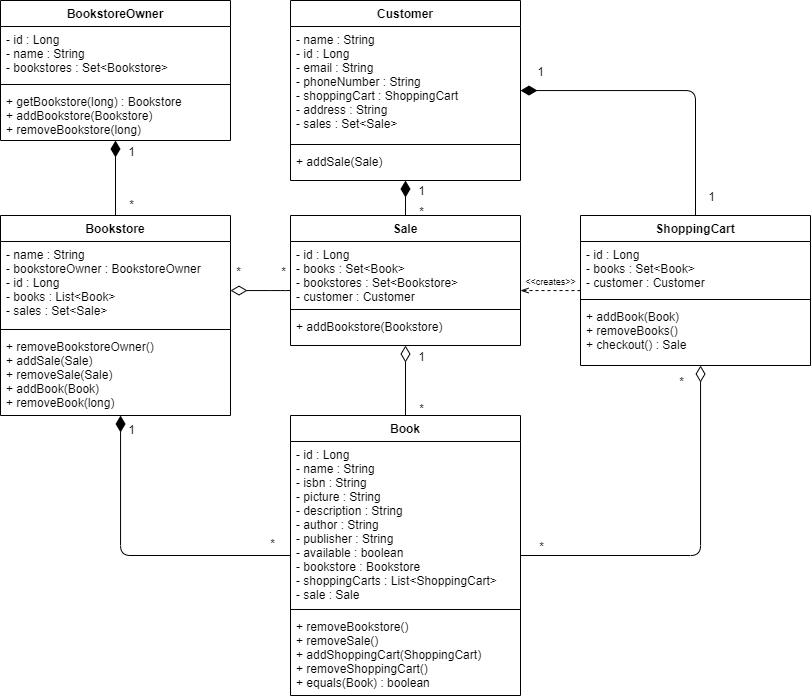
Before: uml/UML_ClassDiagram.png, a diagram exported from draw.io (thomasbryk/4806_Project). Source tidied: cells renumbered, new cells last; positions are measured from the earlier drawing's top-left corner, leaving out a move shared by most shapes. Its diagram source:
```xml
<mxGraphModel background="#ffffff">
  <root>
    <mxCell id="0" />
    <mxCell id="1" parent="0" />
    <mxCell id="2" style="endArrow=none;html=1;endSize=12;startArrow=diamondThin;startSize=14;startFill=1;edgeStyle=orthogonalEdgeStyle;align=left;verticalAlign=bottom;endFill=0;" parent="1" edge="1" source="25" target="29">
      <mxGeometry x="-1" y="3" relative="1" as="geometry" />
    </mxCell>
    <mxCell id="3" value="1" style="text;html=1;align=center;verticalAlign=middle;labelBackgroundColor=#ffffff;" parent="2" vertex="1">
      <mxGeometry x="-0.78" y="-1" relative="1" as="geometry">
        <mxPoint x="16" y="2.1" as="offset" />
      </mxGeometry>
    </mxCell>
    <mxCell id="4" value="*" style="text;html=1;align=center;verticalAlign=middle;labelBackgroundColor=#ffffff;" parent="2" vertex="1">
      <mxGeometry x="0.69" y="-1" relative="1" as="geometry">
        <mxPoint x="16" as="offset" />
      </mxGeometry>
    </mxCell>
    <mxCell id="5" style="endArrow=none;html=1;endSize=12;startArrow=diamondThin;startSize=14;startFill=1;edgeStyle=orthogonalEdgeStyle;align=left;verticalAlign=bottom;endFill=0;" parent="1" edge="1" source="29" target="45">
      <mxGeometry x="-1" y="3" relative="1" as="geometry">
        <Array as="points">
          <mxPoint x="120" y="555" />
        </Array>
      </mxGeometry>
    </mxCell>
    <mxCell id="6" value="1" style="text;html=1;align=center;verticalAlign=middle;labelBackgroundColor=#ffffff;" parent="5" vertex="1">
      <mxGeometry x="-0.91" y="1" relative="1" as="geometry">
        <mxPoint x="9" y="-0.4" as="offset" />
      </mxGeometry>
    </mxCell>
    <mxCell id="7" value="*" style="text;html=1;align=center;verticalAlign=middle;labelBackgroundColor=#ffffff;" parent="5" vertex="1">
      <mxGeometry x="0.92" y="1" relative="1" as="geometry">
        <mxPoint x="-6.7" y="-12" as="offset" />
      </mxGeometry>
    </mxCell>
    <mxCell id="8" style="endArrow=none;html=1;endSize=12;startArrow=diamondThin;startSize=14;startFill=1;edgeStyle=orthogonalEdgeStyle;align=left;verticalAlign=bottom;endFill=0;" parent="1" edge="1" source="33" target="41">
      <mxGeometry x="-0.43" y="15" relative="1" as="geometry" />
    </mxCell>
    <mxCell id="9" value="1" style="text;html=1;align=center;verticalAlign=middle;labelBackgroundColor=#ffffff;" parent="8" vertex="1">
      <mxGeometry x="0.82" y="1" relative="1" as="geometry">
        <mxPoint x="14" y="7.8" as="offset" />
      </mxGeometry>
    </mxCell>
    <mxCell id="10" value="1" style="text;html=1;align=center;verticalAlign=middle;labelBackgroundColor=#ffffff;" parent="8" vertex="1">
      <mxGeometry x="-0.84" y="2" relative="1" as="geometry">
        <mxPoint x="-4.1" y="-18" as="offset" />
      </mxGeometry>
    </mxCell>
    <mxCell id="11" style="endArrow=none;html=1;endSize=12;startArrow=diamondThin;startSize=14;startFill=1;edgeStyle=orthogonalEdgeStyle;align=left;verticalAlign=bottom;endFill=0;" parent="1" edge="1" source="33" target="37">
      <mxGeometry x="-1" y="3" relative="1" as="geometry" />
    </mxCell>
    <mxCell id="12" value="1" style="text;html=1;align=center;verticalAlign=middle;labelBackgroundColor=#ffffff;" parent="11" vertex="1">
      <mxGeometry x="-0.79" relative="1" as="geometry">
        <mxPoint x="15" y="6.3" as="offset" />
      </mxGeometry>
    </mxCell>
    <mxCell id="13" value="*" style="text;html=1;align=center;verticalAlign=middle;labelBackgroundColor=#ffffff;" parent="11" vertex="1">
      <mxGeometry x="0.88" relative="1" as="geometry">
        <mxPoint x="15" y="-3" as="offset" />
      </mxGeometry>
    </mxCell>
    <mxCell id="14" style="endArrow=none;html=1;endSize=12;startArrow=diamondThin;startSize=14;startFill=0;edgeStyle=orthogonalEdgeStyle;align=left;verticalAlign=bottom;endFill=0;" parent="1" edge="1" source="30" target="37">
      <mxGeometry x="-1" y="3" relative="1" as="geometry">
        <Array as="points">
          <mxPoint x="280" y="290" />
          <mxPoint x="280" y="290" />
        </Array>
      </mxGeometry>
    </mxCell>
    <mxCell id="15" value="*" style="text;html=1;align=center;verticalAlign=middle;labelBackgroundColor=#ffffff;" parent="14" vertex="1">
      <mxGeometry x="-0.97" y="-1" relative="1" as="geometry">
        <mxPoint x="5.8" y="-21" as="offset" />
      </mxGeometry>
    </mxCell>
    <mxCell id="16" value="*" style="text;html=1;align=center;verticalAlign=middle;labelBackgroundColor=#ffffff;" parent="14" vertex="1">
      <mxGeometry x="0.96" y="1" relative="1" as="geometry">
        <mxPoint x="-6" y="-19" as="offset" />
      </mxGeometry>
    </mxCell>
    <mxCell id="17" style="endArrow=none;html=1;endSize=12;startArrow=diamondThin;startSize=14;startFill=0;edgeStyle=orthogonalEdgeStyle;align=left;verticalAlign=bottom;endFill=0;" parent="1" edge="1" source="37" target="45">
      <mxGeometry x="-1" y="3" relative="1" as="geometry" />
    </mxCell>
    <mxCell id="18" value="*" style="text;html=1;align=center;verticalAlign=middle;labelBackgroundColor=#ffffff;" parent="17" vertex="1">
      <mxGeometry x="0.97" y="-3" relative="1" as="geometry">
        <mxPoint x="18" y="-7" as="offset" />
      </mxGeometry>
    </mxCell>
    <mxCell id="19" value="1" style="text;html=1;align=center;verticalAlign=middle;labelBackgroundColor=#ffffff;" parent="17" vertex="1">
      <mxGeometry x="-0.97" y="-1" relative="1" as="geometry">
        <mxPoint x="16" y="8.8" as="offset" />
      </mxGeometry>
    </mxCell>
    <mxCell id="20" style="edgeStyle=orthogonalEdgeStyle;rounded=0;jettySize=auto;html=1;endArrow=openThin;endFill=0;dashed=1;" parent="1" edge="1" source="41" target="37">
      <mxGeometry relative="1" as="geometry">
        <Array as="points">
          <mxPoint x="550" y="290" />
          <mxPoint x="550" y="290" />
        </Array>
      </mxGeometry>
    </mxCell>
    <mxCell id="21" value="&amp;lt;&amp;lt;creates&amp;gt;&amp;gt;" style="text;html=1;align=center;verticalAlign=middle;labelBackgroundColor=#ffffff;fontSize=9;" parent="20" vertex="1">
      <mxGeometry x="-0.15" y="1" relative="1" as="geometry">
        <mxPoint x="-4.6" y="-11" as="offset" />
      </mxGeometry>
    </mxCell>
    <mxCell id="22" style="endArrow=none;html=1;endSize=12;startArrow=diamondThin;startSize=14;startFill=0;edgeStyle=orthogonalEdgeStyle;align=left;verticalAlign=bottom;endFill=0;" parent="1" edge="1" source="41" target="45">
      <mxGeometry x="-1" y="3" relative="1" as="geometry">
        <Array as="points">
          <mxPoint x="700" y="555" />
        </Array>
      </mxGeometry>
    </mxCell>
    <mxCell id="23" value="*" style="text;html=1;align=center;verticalAlign=middle;labelBackgroundColor=#ffffff;" parent="22" vertex="1">
      <mxGeometry x="-0.03" y="-325" relative="1" as="geometry">
        <mxPoint x="305" y="-165" as="offset" />
      </mxGeometry>
    </mxCell>
    <mxCell id="24" value="*" style="text;html=1;align=center;verticalAlign=middle;labelBackgroundColor=#ffffff;" parent="22" vertex="1">
      <mxGeometry x="0.9" relative="1" as="geometry">
        <mxPoint x="1" y="-10" as="offset" />
      </mxGeometry>
    </mxCell>
    <mxCell id="25" value="BookstoreOwner" style="swimlane;fontStyle=1;align=center;verticalAlign=top;horizontal=1;startSize=26;" parent="1" vertex="1">
      <mxGeometry width="230" height="140" as="geometry" />
    </mxCell>
    <mxCell id="26" value="- id : Long&#10;- name : String&#10;- bookstores : Set&lt;Bookstore&gt;" style="text;strokeColor=none;fillColor=none;align=left;verticalAlign=top;spacingLeft=4;spacingRight=4;overflow=hidden;" parent="25" vertex="1">
      <mxGeometry y="26" width="230" height="54" as="geometry" />
    </mxCell>
    <mxCell id="27" style="line;strokeWidth=1;fillColor=none;align=left;verticalAlign=middle;spacingTop=-1;spacingLeft=3;spacingRight=3;labelPosition=right;" parent="25" vertex="1">
      <mxGeometry y="80" width="230" height="8" as="geometry" />
    </mxCell>
    <mxCell id="28" value="+ getBookstore(long) : Bookstore&#10;+ addBookstore(Bookstore)&#10;+ removeBookstore(long)" style="text;strokeColor=none;fillColor=none;align=left;verticalAlign=top;spacingLeft=4;spacingRight=4;overflow=hidden;" parent="25" vertex="1">
      <mxGeometry y="88" width="230" height="52" as="geometry" />
    </mxCell>
    <mxCell id="29" value="Bookstore" style="swimlane;fontStyle=1;align=center;verticalAlign=top;horizontal=1;startSize=26;" parent="1" vertex="1">
      <mxGeometry y="215" width="230" height="200" as="geometry" />
    </mxCell>
    <mxCell id="30" value="- name : String&#10;- bookstoreOwner : BookstoreOwner&#10;- id : Long&#10;- books : List&lt;Book&gt;&#10;- sales : Set&lt;Sale&gt;" style="text;strokeColor=none;fillColor=none;align=left;verticalAlign=top;spacingLeft=4;spacingRight=4;overflow=hidden;points=[[0,0.5],[1,0.5]];portConstraint=eastwest;" parent="29" vertex="1">
      <mxGeometry y="26" width="230" height="84" as="geometry" />
    </mxCell>
    <mxCell id="31" style="line;strokeWidth=1;fillColor=none;align=left;verticalAlign=middle;spacingTop=-1;spacingLeft=3;spacingRight=3;labelPosition=right;" parent="29" vertex="1">
      <mxGeometry y="110" width="230" height="8" as="geometry" />
    </mxCell>
    <mxCell id="32" value="+ removeBookstoreOwner()&#10;+ addSale(Sale)&#10;+ removeSale(Sale)&#10;+ addBook(Book)&#10;+ removeBook(long)" style="text;strokeColor=none;fillColor=none;align=left;verticalAlign=top;spacingLeft=4;spacingRight=4;overflow=hidden;" parent="29" vertex="1">
      <mxGeometry y="118" width="230" height="82" as="geometry" />
    </mxCell>
    <mxCell id="33" value="Customer" style="swimlane;fontStyle=1;align=center;verticalAlign=top;horizontal=1;startSize=26;" parent="1" vertex="1">
      <mxGeometry x="290" width="230" height="180" as="geometry" />
    </mxCell>
    <mxCell id="34" value="- name : String&#10;- id : Long&#10;- email : String&#10;- phoneNumber : String&#10;- shoppingCart : ShoppingCart&#10;- address : String&#10;- sales : Set&lt;Sale&gt;" style="text;strokeColor=none;fillColor=none;align=left;verticalAlign=top;spacingLeft=4;spacingRight=4;overflow=hidden;" parent="33" vertex="1">
      <mxGeometry y="26" width="230" height="114" as="geometry" />
    </mxCell>
    <mxCell id="35" style="line;strokeWidth=1;fillColor=none;align=left;verticalAlign=middle;spacingTop=-1;spacingLeft=3;spacingRight=3;labelPosition=right;" parent="33" vertex="1">
      <mxGeometry y="140" width="230" height="8" as="geometry" />
    </mxCell>
    <mxCell id="36" value="+ addSale(Sale)" style="text;strokeColor=none;fillColor=none;align=left;verticalAlign=top;spacingLeft=4;spacingRight=4;overflow=hidden;" parent="33" vertex="1">
      <mxGeometry y="148" width="230" height="32" as="geometry" />
    </mxCell>
    <mxCell id="37" value="Sale" style="swimlane;fontStyle=1;align=center;verticalAlign=top;horizontal=1;startSize=26;" parent="1" vertex="1">
      <mxGeometry x="290" y="215" width="230" height="130" as="geometry" />
    </mxCell>
    <mxCell id="38" value="- id : Long&#10;- books : Set&lt;Book&gt;&#10;- bookstores : Set&lt;Bookstore&gt;&#10;- customer : Customer" style="text;strokeColor=none;fillColor=none;align=left;verticalAlign=top;spacingLeft=4;spacingRight=4;overflow=hidden;" parent="37" vertex="1">
      <mxGeometry y="26" width="230" height="64" as="geometry" />
    </mxCell>
    <mxCell id="39" style="line;strokeWidth=1;fillColor=none;align=left;verticalAlign=middle;spacingTop=-1;spacingLeft=3;spacingRight=3;labelPosition=right;" parent="37" vertex="1">
      <mxGeometry y="90" width="230" height="8" as="geometry" />
    </mxCell>
    <mxCell id="40" value="+ addBookstore(Bookstore)" style="text;strokeColor=none;fillColor=none;align=left;verticalAlign=top;spacingLeft=4;spacingRight=4;overflow=hidden;" parent="37" vertex="1">
      <mxGeometry y="98" width="230" height="32" as="geometry" />
    </mxCell>
    <mxCell id="41" value="ShoppingCart" style="swimlane;fontStyle=1;align=center;verticalAlign=top;horizontal=1;startSize=26;" parent="1" vertex="1">
      <mxGeometry x="580" y="215" width="230" height="150" as="geometry" />
    </mxCell>
    <mxCell id="42" value="- id : Long&#10;- books : Set&lt;Book&gt;&#10;- customer : Customer" style="text;strokeColor=none;fillColor=none;align=left;verticalAlign=top;spacingLeft=4;spacingRight=4;overflow=hidden;" parent="41" vertex="1">
      <mxGeometry y="26" width="230" height="54" as="geometry" />
    </mxCell>
    <mxCell id="43" style="line;strokeWidth=1;fillColor=none;align=left;verticalAlign=middle;spacingTop=-1;spacingLeft=3;spacingRight=3;labelPosition=right;" parent="41" vertex="1">
      <mxGeometry y="80" width="230" height="8" as="geometry" />
    </mxCell>
    <mxCell id="44" value="+ addBook(Book)&#10;+ removeBooks()&#10;+ checkout() : Sale" style="text;strokeColor=none;fillColor=none;align=left;verticalAlign=top;spacingLeft=4;spacingRight=4;overflow=hidden;" parent="41" vertex="1">
      <mxGeometry y="88" width="230" height="62" as="geometry" />
    </mxCell>
    <mxCell id="45" value="Book" style="swimlane;fontStyle=1;align=center;verticalAlign=top;horizontal=1;startSize=26;" parent="1" vertex="1">
      <mxGeometry x="290" y="415" width="230" height="280" as="geometry" />
    </mxCell>
    <mxCell id="46" value="- id : Long&#10;- name : String&#10;- isbn : String&#10;- picture : String&#10;- description : String&#10;- author : String&#10;- publisher : String&#10;- available : boolean&#10;- bookstore : Bookstore&#10;- shoppingCarts : List&lt;ShoppingCart&gt;&#10;- sale : Sale" style="text;strokeColor=none;fillColor=none;align=left;verticalAlign=top;spacingLeft=4;spacingRight=4;overflow=hidden;" parent="45" vertex="1">
      <mxGeometry y="26" width="230" height="164" as="geometry" />
    </mxCell>
    <mxCell id="47" style="line;strokeWidth=1;fillColor=none;align=left;verticalAlign=middle;spacingTop=-1;spacingLeft=3;spacingRight=3;labelPosition=right;" parent="45" vertex="1">
      <mxGeometry y="190" width="230" height="8" as="geometry" />
    </mxCell>
    <mxCell id="48" value="+ removeBookstore()&#10;+ removeSale()&#10;+ addShoppingCart(ShoppingCart)&#10;+ removeShoppingCart()&#10;+ equals(Book) : boolean" style="text;strokeColor=none;fillColor=none;align=left;verticalAlign=top;spacingLeft=4;spacingRight=4;overflow=hidden;" parent="45" vertex="1">
      <mxGeometry y="198" width="230" height="82" as="geometry" />
    </mxCell>
  </root>
</mxGraphModel>
```
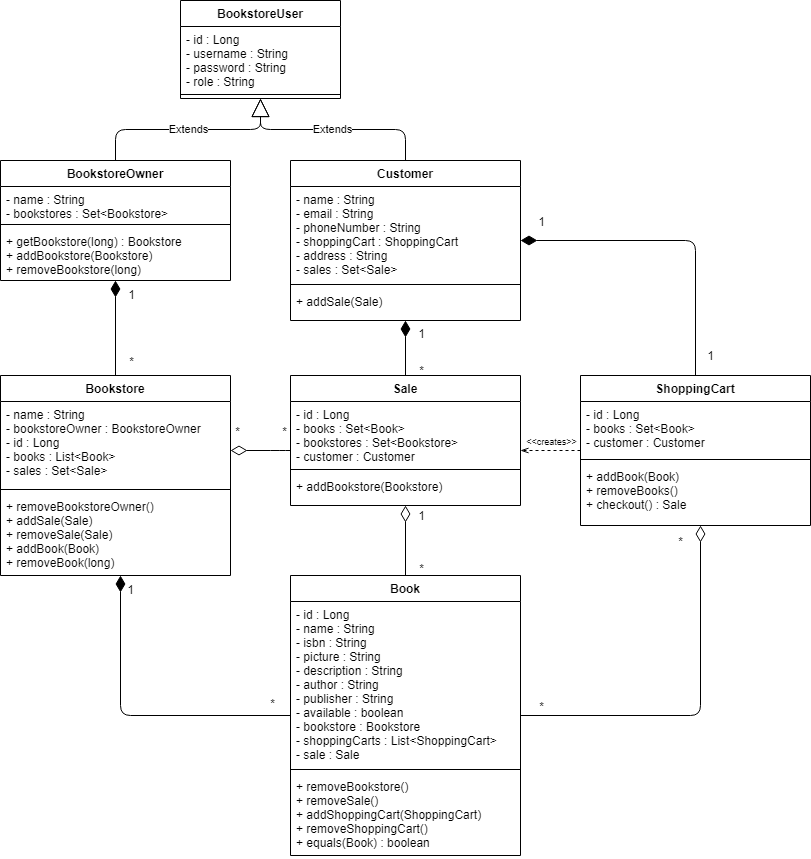
Above is the later version.

Commit message:
Modified class diagram to match new changes from Auth branch

Diff of the diagram source:
```diff
@@ -119,17 +119,23 @@
         <mxPoint x="1" y="-10" as="offset" />
       </mxGeometry>
     </mxCell>
+    <mxCell id="49" value="Extends" style="endArrow=block;endSize=16;endFill=0;html=1;strokeColor=#000000;rounded=1;edgeStyle=orthogonalEdgeStyle;" parent="1" edge="1" source="25" target="51">
+      <mxGeometry relative="1" as="geometry" />
+    </mxCell>
+    <mxCell id="50" value="Extends" style="endArrow=block;endSize=16;endFill=0;html=1;strokeColor=#000000;edgeStyle=orthogonalEdgeStyle;" parent="1" edge="1" source="33" target="51">
+      <mxGeometry relative="1" as="geometry" />
+    </mxCell>
     <mxCell id="25" value="BookstoreOwner" style="swimlane;fontStyle=1;align=center;verticalAlign=top;horizontal=1;startSize=26;" parent="1" vertex="1">
-      <mxGeometry width="230" height="140" as="geometry" />
+      <mxGeometry width="230" height="120" as="geometry" />
     </mxCell>
-    <mxCell id="26" value="- id : Long&#10;- name : String&#10;- bookstores : Set&lt;Bookstore&gt;" style="text;strokeColor=none;fillColor=none;align=left;verticalAlign=top;spacingLeft=4;spacingRight=4;overflow=hidden;" parent="25" vertex="1">
-      <mxGeometry y="26" width="230" height="54" as="geometry" />
+    <mxCell id="26" value="- name : String&#10;- bookstores : Set&lt;Bookstore&gt;" style="text;strokeColor=none;fillColor=none;align=left;verticalAlign=top;spacingLeft=4;spacingRight=4;overflow=hidden;" parent="25" vertex="1">
+      <mxGeometry y="26" width="230" height="34" as="geometry" />
     </mxCell>
     <mxCell id="27" style="line;strokeWidth=1;fillColor=none;align=left;verticalAlign=middle;spacingTop=-1;spacingLeft=3;spacingRight=3;labelPosition=right;" parent="25" vertex="1">
-      <mxGeometry y="80" width="230" height="8" as="geometry" />
+      <mxGeometry y="60" width="230" height="8" as="geometry" />
     </mxCell>
     <mxCell id="28" value="+ getBookstore(long) : Bookstore&#10;+ addBookstore(Bookstore)&#10;+ removeBookstore(long)" style="text;strokeColor=none;fillColor=none;align=left;verticalAlign=top;spacingLeft=4;spacingRight=4;overflow=hidden;" parent="25" vertex="1">
-      <mxGeometry y="88" width="230" height="52" as="geometry" />
+      <mxGeometry y="68" width="230" height="52" as="geometry" />
     </mxCell>
     <mxCell id="29" value="Bookstore" style="swimlane;fontStyle=1;align=center;verticalAlign=top;horizontal=1;startSize=26;" parent="1" vertex="1">
       <mxGeometry y="215" width="230" height="200" as="geometry" />
@@ -144,16 +150,16 @@
       <mxGeometry y="118" width="230" height="82" as="geometry" />
     </mxCell>
     <mxCell id="33" value="Customer" style="swimlane;fontStyle=1;align=center;verticalAlign=top;horizontal=1;startSize=26;" parent="1" vertex="1">
-      <mxGeometry x="290" width="230" height="180" as="geometry" />
+      <mxGeometry x="290" width="230" height="160" as="geometry" />
     </mxCell>
-    <mxCell id="34" value="- name : String&#10;- id : Long&#10;- email : String&#10;- phoneNumber : String&#10;- shoppingCart : ShoppingCart&#10;- address : String&#10;- sales : Set&lt;Sale&gt;" style="text;strokeColor=none;fillColor=none;align=left;verticalAlign=top;spacingLeft=4;spacingRight=4;overflow=hidden;" parent="33" vertex="1">
-      <mxGeometry y="26" width="230" height="114" as="geometry" />
+    <mxCell id="34" value="- name : String&#10;- email : String&#10;- phoneNumber : String&#10;- shoppingCart : ShoppingCart&#10;- address : String&#10;- sales : Set&lt;Sale&gt;" style="text;strokeColor=none;fillColor=none;align=left;verticalAlign=top;spacingLeft=4;spacingRight=4;overflow=hidden;" parent="33" vertex="1">
+      <mxGeometry y="26" width="230" height="94" as="geometry" />
     </mxCell>
     <mxCell id="35" style="line;strokeWidth=1;fillColor=none;align=left;verticalAlign=middle;spacingTop=-1;spacingLeft=3;spacingRight=3;labelPosition=right;" parent="33" vertex="1">
-      <mxGeometry y="140" width="230" height="8" as="geometry" />
+      <mxGeometry y="120" width="230" height="8" as="geometry" />
     </mxCell>
     <mxCell id="36" value="+ addSale(Sale)" style="text;strokeColor=none;fillColor=none;align=left;verticalAlign=top;spacingLeft=4;spacingRight=4;overflow=hidden;" parent="33" vertex="1">
-      <mxGeometry y="148" width="230" height="32" as="geometry" />
+      <mxGeometry y="128" width="230" height="32" as="geometry" />
     </mxCell>
     <mxCell id="37" value="Sale" style="swimlane;fontStyle=1;align=center;verticalAlign=top;horizontal=1;startSize=26;" parent="1" vertex="1">
       <mxGeometry x="290" y="215" width="230" height="130" as="geometry" />
@@ -191,5 +197,14 @@
     <mxCell id="48" value="+ removeBookstore()&#10;+ removeSale()&#10;+ addShoppingCart(ShoppingCart)&#10;+ removeShoppingCart()&#10;+ equals(Book) : boolean" style="text;strokeColor=none;fillColor=none;align=left;verticalAlign=top;spacingLeft=4;spacingRight=4;overflow=hidden;" parent="45" vertex="1">
       <mxGeometry y="198" width="230" height="82" as="geometry" />
     </mxCell>
+    <mxCell id="51" value="BookstoreUser" style="swimlane;fontStyle=1;align=center;verticalAlign=top;horizontal=1;startSize=26;" parent="1" vertex="1">
+      <mxGeometry x="180" y="-160" width="160" height="98" as="geometry" />
+    </mxCell>
+    <mxCell id="52" value="- id : Long&#10;- username : String&#10;- password : String&#10;- role : String" style="text;strokeColor=none;fillColor=none;align=left;verticalAlign=top;spacingLeft=4;spacingRight=4;overflow=hidden;" parent="51" vertex="1">
+      <mxGeometry y="26" width="160" height="64" as="geometry" />
+    </mxCell>
+    <mxCell id="53" style="line;strokeWidth=1;fillColor=none;align=left;verticalAlign=middle;spacingTop=-1;spacingLeft=3;spacingRight=3;labelPosition=right;" parent="51" vertex="1">
+      <mxGeometry y="90" width="160" height="8" as="geometry" />
+    </mxCell>
   </root>
 </mxGraphModel>
```
